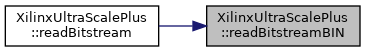
FPGA-Research-Manchester/byteman keeps this Graphviz diagram as classXilinxUltraScalePlus_ae197b2b5b423cd1be99409c70f51bc37_icgraph.png. Above is the earlier version. Its source is kept beside it as classXilinxUltraScalePlus_ae197b2b5b423cd1be99409c70f51bc37_icgraph.dot.
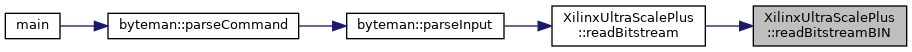
Later version of the same file.

Change to the diagram source:
```diff
@@ -6,4 +6,10 @@
   Node1 [label="XilinxUltraScalePlus\l::readBitstreamBIN",height=0.2,width=0.4,color="black", fillcolor="grey75", style="filled", fontcolor="black",tooltip=" "];
   Node1 -> Node2 [dir="back",color="midnightblue",fontsize="10",style="solid",fontname="Helvetica"];
   Node2 [label="XilinxUltraScalePlus\l::readBitstream",height=0.2,width=0.4,color="black", fillcolor="white", style="filled",URL="$classXilinxUltraScalePlus.html#a0e5d08a2e5c37a29a1a04d50b48739d2",tooltip=" "];
+  Node2 -> Node3 [dir="back",color="midnightblue",fontsize="10",style="solid",fontname="Helvetica"];
+  Node3 [label="byteman::parseInput",height=0.2,width=0.4,color="black", fillcolor="white", style="filled",URL="$classbyteman.html#ac217ac1dbc512bf44a70b147c0ceff04",tooltip=" "];
+  Node3 -> Node4 [dir="back",color="midnightblue",fontsize="10",style="solid",fontname="Helvetica"];
+  Node4 [label="byteman::parseCommand",height=0.2,width=0.4,color="black", fillcolor="white", style="filled",URL="$classbyteman.html#a97ad2d6b20a10ddb0dd8d373159eea4e",tooltip=" "];
+  Node4 -> Node5 [dir="back",color="midnightblue",fontsize="10",style="solid",fontname="Helvetica"];
+  Node5 [label="main",height=0.2,width=0.4,color="black", fillcolor="white", style="filled",URL="$byteman_8cpp.html#a0ddf1224851353fc92bfbff6f499fa97",tooltip=" "];
 }
```
